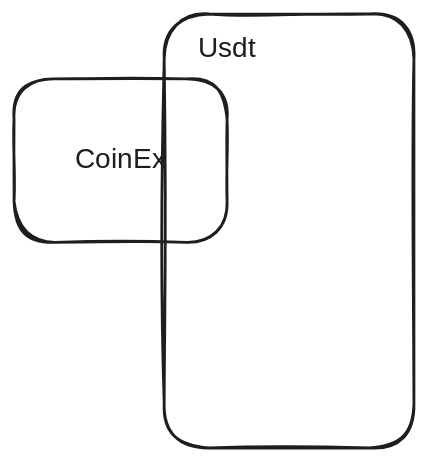
Above: Btc board.excalidraw.svg in bunkean/My-Noteshub (Excalidraw), before the change. Source tidied: one line per element, renumbered; positions are measured from the earlier drawing's top-left corner, leaving out a move shared by most shapes. Its diagram source:
```json
{"id": 0, "type": "rectangle", "strokeColor": "#1e1e1e", "strokeWidth": 2, "roughness": 1, "round": true, "x": 107, "y": 0, "width": 178, "height": 310}
{"id": 1, "type": "text", "text": "Usdt", "strokeColor": "#1e1e1e", "strokeWidth": 2, "roughness": 1, "fontSize": 20, "fontFamily": 5, "x": 132, "y": 13, "width": 49, "height": 25}
{"id": 2, "type": "rectangle", "strokeColor": "#1e1e1e", "strokeWidth": 2, "roughness": 1, "round": true, "x": 0, "y": 46, "width": 152, "height": 117}
{"id": 3, "type": "text", "text": "CoinEx", "strokeColor": "#1e1e1e", "strokeWidth": 2, "roughness": 1, "fontSize": 20, "fontFamily": 5, "textAlign": "center", "verticalAlign": "middle", "inside": 2, "x": 43, "y": 92, "width": 66, "height": 25}
```
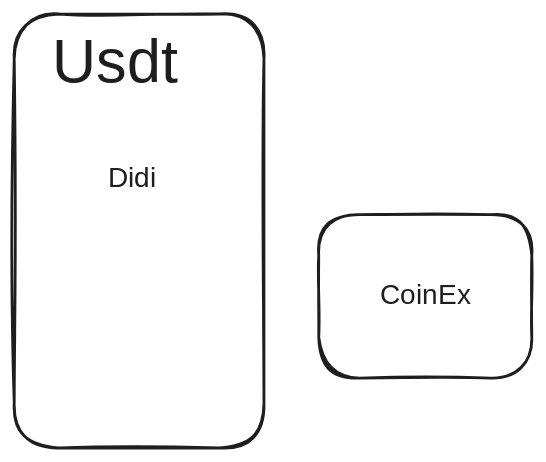
Above is the later version.

Diff of the diagram source:
```diff
@@ -1,4 +1,5 @@
-{"id": 0, "type": "rectangle", "strokeColor": "#1e1e1e", "strokeWidth": 2, "roughness": 1, "round": true, "x": 107, "y": 0, "width": 178, "height": 310}
+{"id": 0, "type": "rectangle", "strokeColor": "#1e1e1e", "strokeWidth": 2, "roughness": 1, "round": true, "x": -93, "y": -219, "width": 178, "height": 310}
-{"id": 1, "type": "text", "text": "Usdt", "strokeColor": "#1e1e1e", "strokeWidth": 2, "roughness": 1, "fontSize": 20, "fontFamily": 5, "x": 132, "y": 13, "width": 49, "height": 25}
+{"id": 1, "type": "text", "text": "Usdt", "strokeColor": "#1e1e1e", "strokeWidth": 2, "roughness": 1, "fontSize": 43.9, "fontFamily": 5, "x": -66, "y": -209, "width": 122, "height": 55}
-{"id": 2, "type": "rectangle", "strokeColor": "#1e1e1e", "strokeWidth": 2, "roughness": 1, "round": true, "x": 0, "y": 46, "width": 152, "height": 117}
+{"id": 2, "type": "rectangle", "strokeColor": "#1e1e1e", "strokeWidth": 2, "roughness": 1, "round": true, "x": 125, "y": -75, "width": 152, "height": 117}
-{"id": 3, "type": "text", "text": "CoinEx", "strokeColor": "#1e1e1e", "strokeWidth": 2, "roughness": 1, "fontSize": 20, "fontFamily": 5, "textAlign": "center", "verticalAlign": "middle", "inside": 2, "x": 43, "y": 92, "width": 66, "height": 25}
+{"id": 3, "type": "text", "text": "CoinEx", "strokeColor": "#1e1e1e", "strokeWidth": 2, "roughness": 1, "fontSize": 20, "fontFamily": 5, "textAlign": "center", "verticalAlign": "middle", "inside": 2, "x": 168, "y": -29, "width": 66, "height": 25}
+{"id": 4, "type": "text", "text": "Didi", "strokeColor": "#1e1e1e", "strokeWidth": 2, "roughness": 1, "fontSize": 20, "fontFamily": 5, "x": -26, "y": -113, "width": 37, "height": 25}
```
